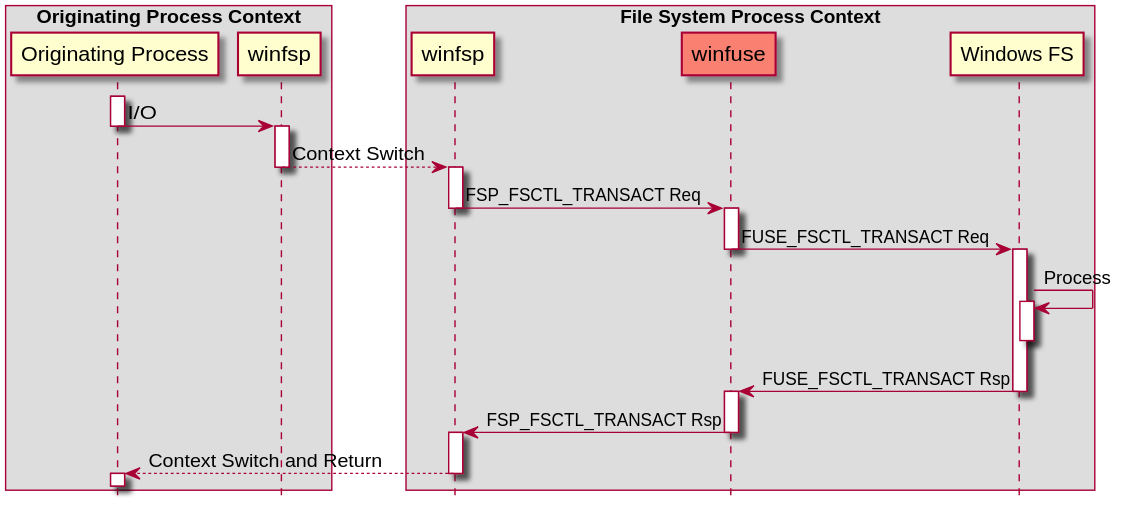
This is doc/winseq.svg from billziss-gh/winfuse, a PlantUML export, as it was before one commit. Source of this version:
```plantuml
@startuml
hide footbox

box "Originating Process Context"
    participant "Originating Process" as OP
    participant "winfsp" as winfspOP
end box
box "File System Process Context"
    participant "winfsp" as winfspFS
    participant winfuse #Salmon
    participant "Windows FS" as FS
end box

activate OP
OP->winfspOP: I/O
deactivate OP
activate winfspOP
winfspOP-->winfspFS: Context Switch
deactivate winfspOP
activate winfspFS
winfspFS->winfuse: FSP_FSCTL_TRANSACT Req
deactivate winfspFS
activate winfuse
winfuse->FS: FUSE_FSCTL_TRANSACT Req
deactivate winfuse
activate FS
FS->FS: Process
activate FS
deactivate FS
FS->winfuse: FUSE_FSCTL_TRANSACT Rsp
deactivate FS
activate winfuse
winfuse->winfspFS: FSP_FSCTL_TRANSACT Rsp
deactivate winfuse
activate winfspFS
winfspFS-->OP: Context Switch and Return
deactivate winfspFS
activate OP

@enduml
```
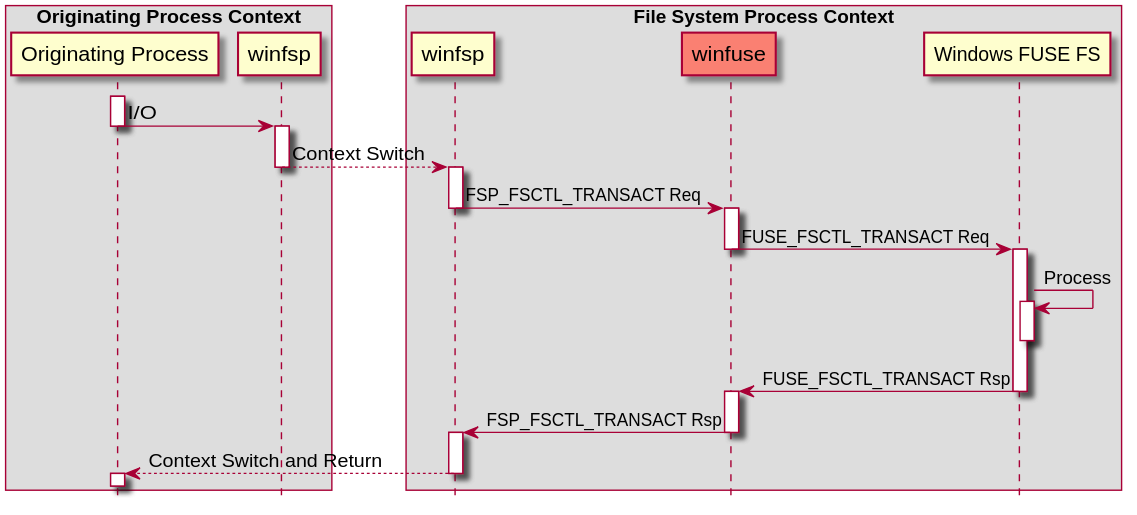
The same diagram one commit later.

Change to the diagram source:
```diff
@@ -8,7 +8,7 @@
 box "File System Process Context"
     participant "winfsp" as winfspFS
     participant winfuse #Salmon
-    participant "Windows FS" as FS
+    participant "Windows FUSE FS" as FS
 end box
 
 activate OP
```
